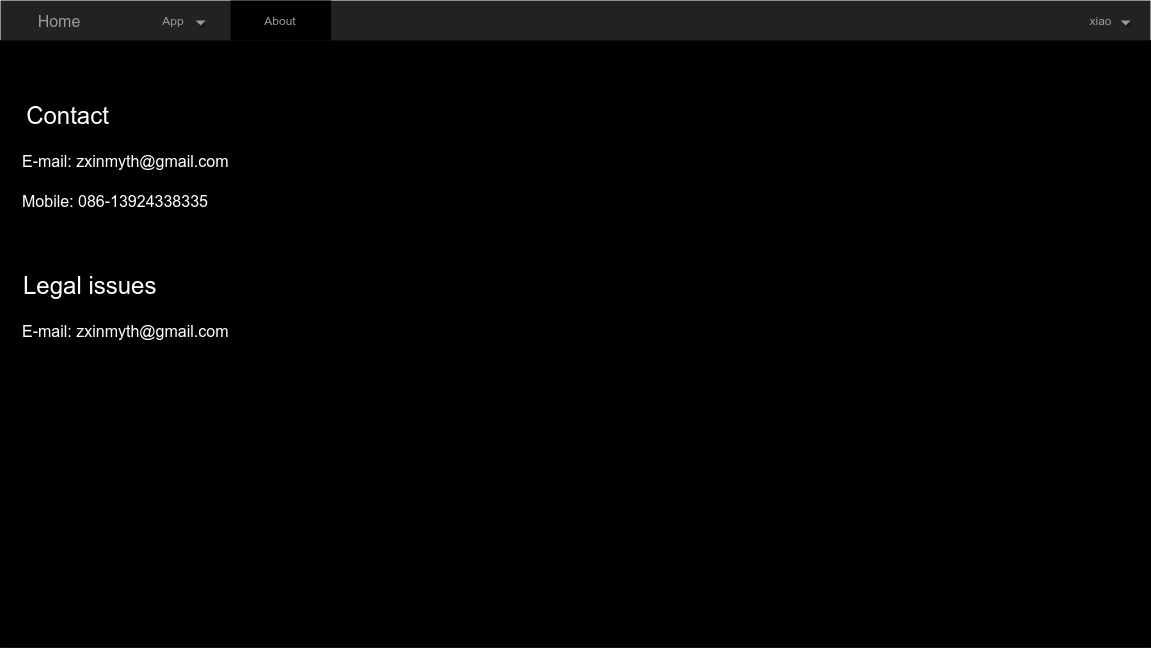
The draw.io diagram public/about.png in onichandame/myserver, before a commit. Source tidied: cells renumbered, new cells last; positions are measured from the earlier drawing's top-left corner, leaving out a move shared by most shapes.
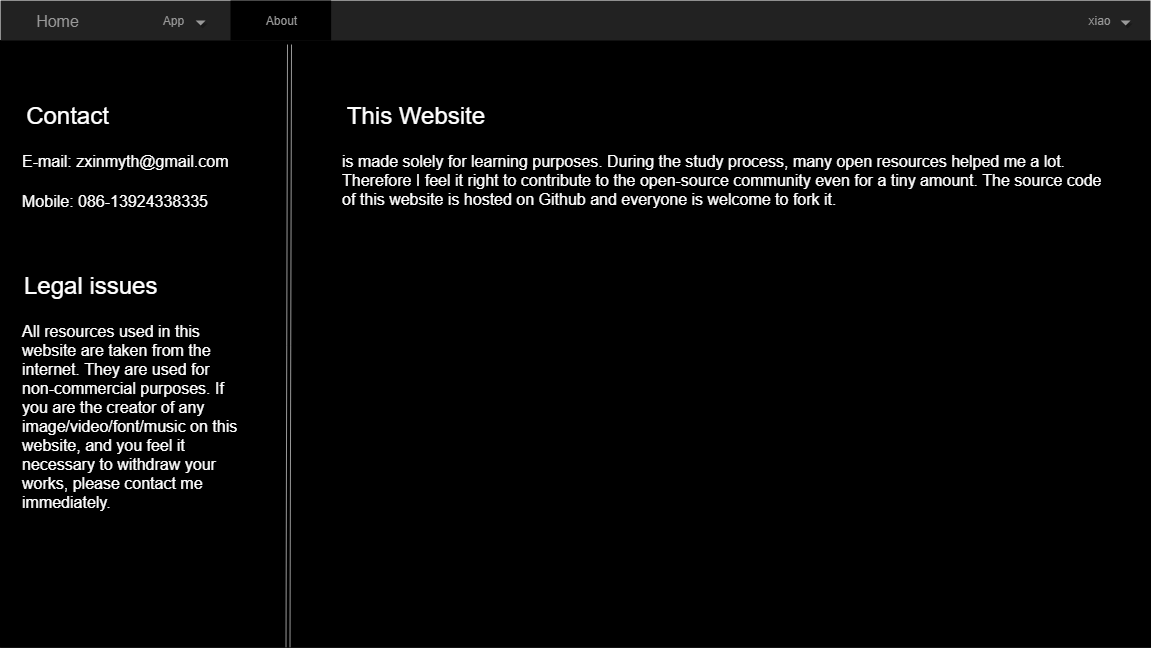
Later version of the same file.

What changed in the source:
```diff
@@ -38,8 +38,19 @@
     <mxCell id="13" value="Legal issues" style="text;html=1;strokeColor=none;fillColor=none;align=center;verticalAlign=middle;rounded=0;fontColor=#FFFFFF;fontSize=24;" parent="1" vertex="1">
       <mxGeometry x="20" y="270" width="140" height="30" as="geometry" />
     </mxCell>
-    <mxCell id="14" value="E-mail: zxinmyth@gmail.com" style="text;html=1;strokeColor=none;fillColor=none;align=left;verticalAlign=middle;rounded=0;fontColor=#FFFFFF;fontSize=16;" parent="1" vertex="1">
-      <mxGeometry x="20" y="315" width="220" height="30" as="geometry" />
+    <mxCell id="14" value="All resources used in this website are taken from the internet. They are used for non-commercial purposes. If you are the creator of any image/video/font/music on this website, and you feel it necessary to withdraw your works, please contact me immediately." style="text;html=1;strokeColor=none;fillColor=none;align=left;verticalAlign=top;rounded=0;fontColor=#FFFFFF;fontSize=16;whiteSpace=wrap;" parent="1" vertex="1">
+      <mxGeometry x="20" y="315" width="220" height="195" as="geometry" />
     </mxCell>
+    <mxCell id="15" style="shape=link;html=1;strokeColor=#999999;exitX=0.25;exitY=1;exitDx=0;exitDy=0;" parent="1" edge="1" source="2">
+      <mxGeometry relative="1" as="geometry">
+        <mxPoint x="289" y="44" as="targetPoint" />
+      </mxGeometry>
+    </mxCell>
+    <mxCell id="16" value="This Website" style="text;html=1;strokeColor=none;fillColor=none;align=center;verticalAlign=middle;whiteSpace=wrap;rounded=0;fontColor=#FFFFFF;fontSize=24;" parent="1" vertex="1">
+      <mxGeometry x="340" y="100" width="150" height="30" as="geometry" />
+    </mxCell>
+    <mxCell id="17" value="is made solely for learning purposes. During the study process, many open resources helped me a lot. Therefore I feel it right to contribute to the open-source community even for a tiny amount. The source code of this website is hosted on &lt;a href=&quot;https://github.com/onichandame/personalweb&quot;&gt;Github&lt;/a&gt;&amp;nbsp;and everyone is welcome to fork it." style="text;html=1;strokeColor=none;fillColor=none;align=left;verticalAlign=top;rounded=0;fontColor=#FFFFFF;fontSize=16;whiteSpace=wrap;" parent="1" vertex="1">
+      <mxGeometry x="340" y="145" width="770" height="65" as="geometry" />
+    </mxCell>
   </root>
 </mxGraphModel>
```
